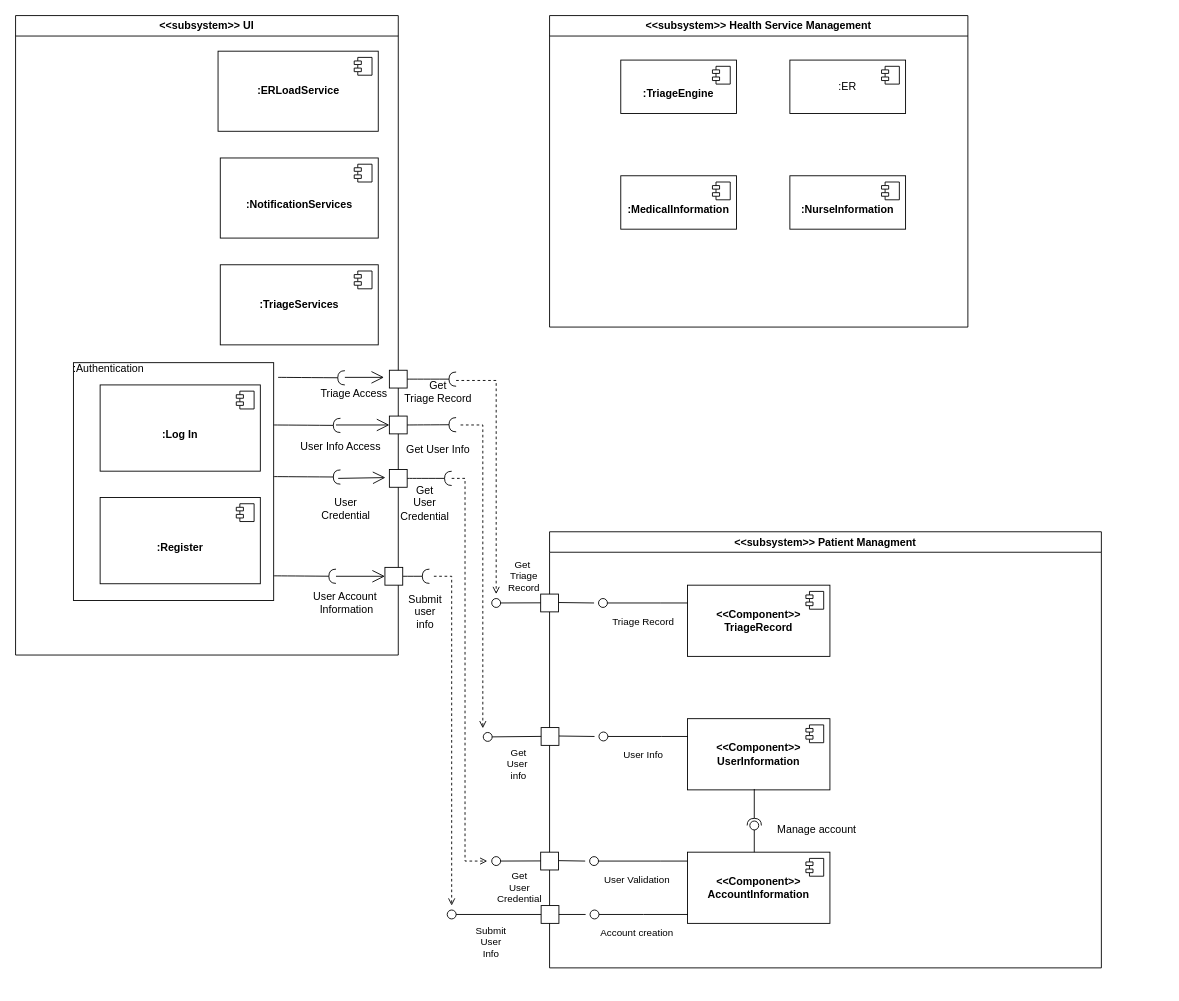
uvic-teach/project-m1-team8 keeps this draw.io diagram as Usecases/C&C_patient_management.drawio. Above is the earlier version. Source tidied: cells renumbered, new cells numbered last; positions are measured from the earlier drawing's top-left corner, leaving out a move shared by most shapes. Both pictures are drawn from the tidied source at 89%, with x=0, y=0 at pixel (15, 15).
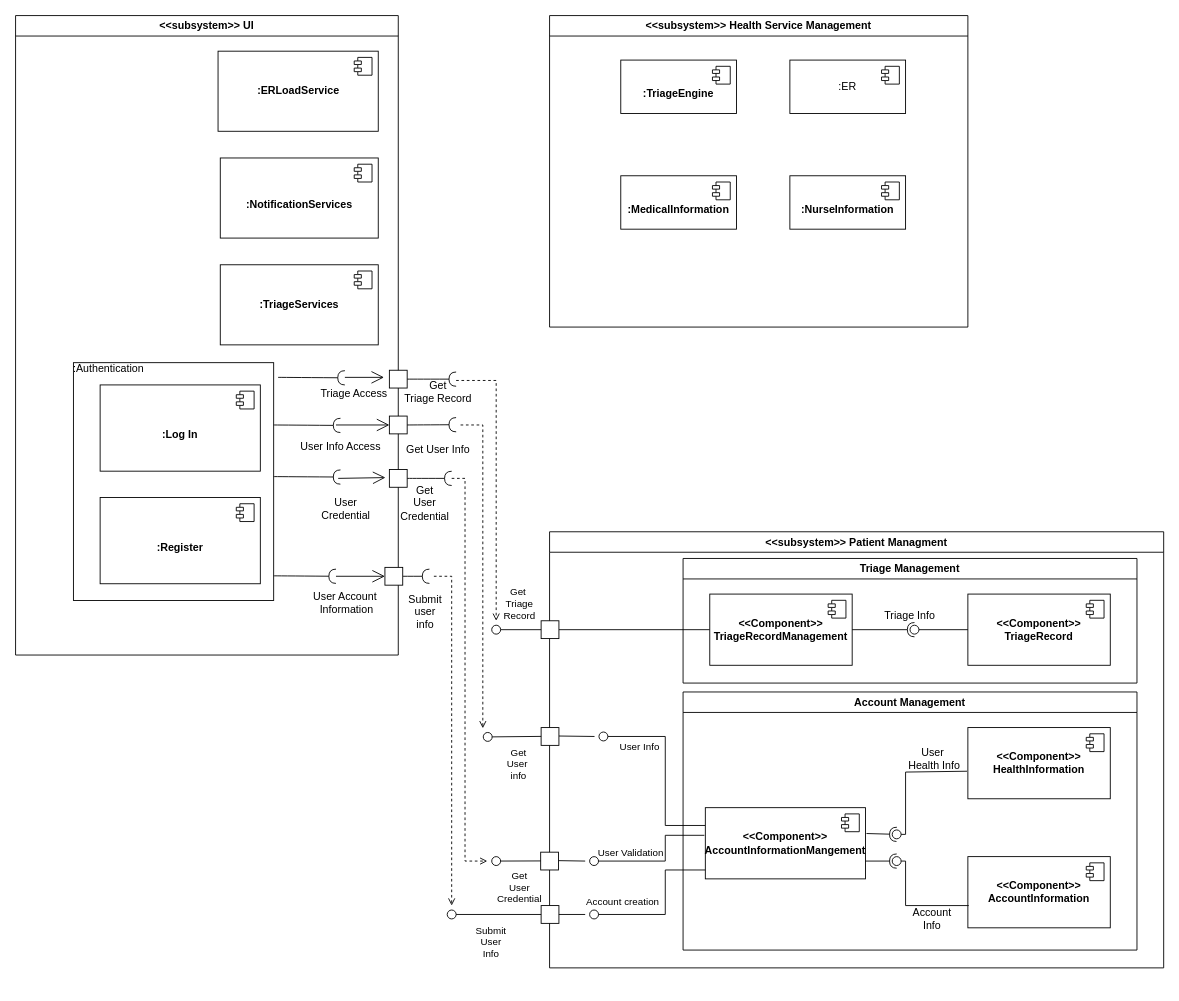
The same page after the edit.

The change refers to these unchanged cells:
```xml
<mxCell id="62" style="rounded=0;whiteSpace=wrap;html=1;" parent="44" vertex="1">
  <mxGeometry x="-9.5" y="420" width="20" height="20" as="geometry" />
</mxCell>
```

Change to the diagram source:
```diff
@@
     <mxCell id="44" value="&amp;lt;&amp;lt;subsystem&amp;gt;&amp;gt; Patient Managment" style="swimlane;whiteSpace=wrap;html=1;" parent="1" vertex="1">
-      <mxGeometry x="600" y="580" width="620" height="490" as="geometry" />
+      <mxGeometry x="600" y="580" width="690" height="490" as="geometry" />
     </mxCell>
@@
-    <mxCell id="46" value="&lt;b&gt;&amp;lt;&amp;lt;Component&amp;gt;&amp;gt;&lt;br&gt;UserInformation&lt;/b&gt;" style="html=1;whiteSpace=wrap;" parent="44" vertex="1">
-      <mxGeometry x="155" y="210" width="160" height="80" as="geometry" />
-    </mxCell>
-    <mxCell id="47" style="shape=module;jettyWidth=8;jettyHeight=4;" parent="46" vertex="1">
-      <mxGeometry x="1" width="20" height="20" relative="1" as="geometry">
-        <mxPoint x="-27" y="7" as="offset" />
-      </mxGeometry>
-    </mxCell>
-    <mxCell id="48" value="&lt;b&gt;&amp;lt;&amp;lt;Component&amp;gt;&amp;gt;&lt;br&gt;AccountInformation&lt;/b&gt;" style="html=1;whiteSpace=wrap;" parent="44" vertex="1">
-      <mxGeometry x="155" y="360" width="160" height="80" as="geometry" />
-    </mxCell>
-    <mxCell id="49" style="shape=module;jettyWidth=8;jettyHeight=4;" parent="48" vertex="1">
-      <mxGeometry x="1" width="20" height="20" relative="1" as="geometry">
-        <mxPoint x="-27" y="7" as="offset" />
-      </mxGeometry>
-    </mxCell>
-    <mxCell id="50" value="&lt;b&gt;&amp;lt;&amp;lt;Component&amp;gt;&amp;gt;&lt;br&gt;&lt;/b&gt;&lt;b&gt;TriageRecord&lt;/b&gt;" style="html=1;whiteSpace=wrap;" parent="44" vertex="1">
-      <mxGeometry x="155" y="60" width="160" height="80" as="geometry" />
-    </mxCell>
-    <mxCell id="51" style="shape=module;jettyWidth=8;jettyHeight=4;" parent="50" vertex="1">
-      <mxGeometry x="1" width="20" height="20" relative="1" as="geometry">
-        <mxPoint x="-27" y="7" as="offset" />
-      </mxGeometry>
-    </mxCell>
@@
-    <mxCell id="57" style="endArrow=oval;html=1;rounded=0;endFill=0;endSize=10;edgeStyle=elbowEdgeStyle;" parent="44" edge="1">
+    <mxCell id="57" style="endArrow=oval;html=1;rounded=0;endFill=0;endSize=10;edgeStyle=elbowEdgeStyle;exitX=-0.006;exitY=0.388;exitDx=0;exitDy=0;exitPerimeter=0;" parent="44" edge="1" source="102">
       <mxGeometry relative="1" as="geometry">
-        <mxPoint x="155" y="370" as="sourcePoint" />
         <mxPoint x="50" y="370" as="targetPoint" />
         <Array as="points">
-          <mxPoint x="125" y="370" />
+          <mxPoint x="130" y="360" />
         </Array>
       </mxGeometry>
     </mxCell>
     <mxCell id="58" value="User Validation" style="edgeLabel;html=1;align=center;verticalAlign=middle;" parent="57" vertex="1">
       <mxGeometry x="0.27" y="2" relative="1" as="geometry">
-        <mxPoint x="9" y="18" as="offset" />
+        <mxPoint x="-15" y="-12" as="offset" />
       </mxGeometry>
     </mxCell>
-    <mxCell id="59" style="rounded=0;orthogonalLoop=1;jettySize=auto;html=1;endArrow=oval;endFill=0;sketch=0;sourcePerimeterSpacing=0;targetPerimeterSpacing=0;endSize=10;" parent="44" edge="1">
-      <mxGeometry relative="1" as="geometry">
-        <mxPoint x="230" y="360" as="sourcePoint" />
-        <mxPoint x="230" y="330" as="targetPoint" />
-      </mxGeometry>
-    </mxCell>
-    <mxCell id="60" style="rounded=0;orthogonalLoop=1;jettySize=auto;html=1;endArrow=halfCircle;endFill=0;endSize=6;strokeWidth=1;sketch=0;" parent="44" edge="1">
-      <mxGeometry relative="1" as="geometry">
-        <mxPoint x="230" y="289" as="sourcePoint" />
-        <mxPoint x="230" y="330" as="targetPoint" />
-      </mxGeometry>
-    </mxCell>
-    <mxCell id="61" value="&lt;div&gt;Manage account&lt;br&gt;&lt;/div&gt;" style="text;html=1;align=center;verticalAlign=middle;strokeColor=none;fillColor=none;" parent="44" vertex="1">
-      <mxGeometry x="245" y="320" width="110" height="30" as="geometry" />
-    </mxCell>
@@
-    <mxCell id="63" style="endArrow=oval;html=1;rounded=0;endFill=0;endSize=10;edgeStyle=elbowEdgeStyle;exitX=0;exitY=0.5;exitDx=0;exitDy=0;" parent="44" edge="1">
+    <mxCell id="63" style="endArrow=oval;html=1;rounded=0;endFill=0;endSize=10;edgeStyle=elbowEdgeStyle;exitX=0;exitY=0.875;exitDx=0;exitDy=0;exitPerimeter=0;" parent="44" edge="1">
       <mxGeometry relative="1" as="geometry">
-        <mxPoint x="155.5" y="430" as="sourcePoint" />
-        <mxPoint x="50.5" y="430" as="targetPoint" />
+        <mxPoint x="185" y="380" as="sourcePoint" />
+        <mxPoint x="50" y="430" as="targetPoint" />
         <Array as="points">
-          <mxPoint x="105.5" y="430.5" />
+          <mxPoint x="130" y="410" />
         </Array>
       </mxGeometry>
     </mxCell>
     <mxCell id="64" value="Account creation" style="edgeLabel;html=1;align=center;verticalAlign=middle;" parent="63" vertex="1">
       <mxGeometry x="0.27" y="2" relative="1" as="geometry">
-        <mxPoint x="9" y="18" as="offset" />
+        <mxPoint x="-37" y="-17" as="offset" />
       </mxGeometry>
     </mxCell>
     <mxCell id="65" style="endArrow=none;html=1;rounded=0;exitX=1;exitY=0.5;exitDx=0;exitDy=0;" parent="44" edge="1" source="62">
       <mxGeometry relative="1" as="geometry">
-        <mxPoint x="40.5" y="430" as="targetPoint" />
+        <mxPoint x="40" y="430" as="targetPoint" />
       </mxGeometry>
     </mxCell>
@@
-    <mxCell id="68" style="endArrow=none;html=1;rounded=0;" parent="44" edge="1">
-      <mxGeometry relative="1" as="geometry">
-        <mxPoint x="10" y="79.5" as="sourcePoint" />
-        <mxPoint x="50" y="80" as="targetPoint" />
-      </mxGeometry>
+    <mxCell id="68" style="endArrow=none;html=1;rounded=0;exitX=1;exitY=0.5;exitDx=0;exitDy=0;entryX=0;entryY=0.5;entryDx=0;entryDy=0;" parent="44" edge="1" source="71" target="98">
+      <mxGeometry relative="1" as="geometry" />
     </mxCell>
-    <mxCell id="69" style="endArrow=oval;html=1;rounded=0;endFill=0;endSize=10;" parent="44" edge="1">
-      <mxGeometry relative="1" as="geometry">
-        <mxPoint y="79.8" as="sourcePoint" />
-        <mxPoint x="-60" y="80" as="targetPoint" />
-      </mxGeometry>
-    </mxCell>
-    <mxCell id="70" value="Get&amp;nbsp;&lt;br&gt;Triage&lt;br&gt;Record" style="edgeLabel;html=1;align=center;verticalAlign=middle;" parent="69" vertex="1">
-      <mxGeometry x="0.08" relative="1" as="geometry">
-        <mxPoint x="2" y="-30" as="offset" />
-      </mxGeometry>
-    </mxCell>
     <mxCell id="71" style="rounded=0;whiteSpace=wrap;html=1;" parent="44" vertex="1">
-      <mxGeometry x="-10" y="70" width="20" height="20" as="geometry" />
+      <mxGeometry x="-9.5" y="100" width="20" height="20" as="geometry" />
     </mxCell>
-    <mxCell id="72" style="endArrow=oval;html=1;rounded=0;endFill=0;endSize=10;edgeStyle=elbowEdgeStyle;" parent="44" edge="1">
-      <mxGeometry relative="1" as="geometry">
-        <mxPoint x="155" y="80" as="sourcePoint" />
-        <mxPoint x="60" y="80" as="targetPoint" />
-        <Array as="points">
-          <mxPoint x="125" y="80" />
-        </Array>
-      </mxGeometry>
-    </mxCell>
-    <mxCell id="73" value="Triage Record" style="edgeLabel;html=1;align=center;verticalAlign=middle;" parent="72" vertex="1">
-      <mxGeometry x="0.27" y="2" relative="1" as="geometry">
-        <mxPoint x="9" y="18" as="offset" />
-      </mxGeometry>
-    </mxCell>
@@
-    <mxCell id="78" style="endArrow=oval;html=1;rounded=0;endFill=0;endSize=10;edgeStyle=elbowEdgeStyle;" parent="44" edge="1">
+    <mxCell id="78" style="endArrow=oval;html=1;rounded=0;endFill=0;endSize=10;edgeStyle=elbowEdgeStyle;exitX=0;exitY=0.25;exitDx=0;exitDy=0;" parent="44" edge="1" source="102">
       <mxGeometry relative="1" as="geometry">
-        <mxPoint x="155.5" y="230" as="sourcePoint" />
         <mxPoint x="60.5" y="230" as="targetPoint" />
         <Array as="points">
-          <mxPoint x="125.5" y="230" />
+          <mxPoint x="130" y="280" />
         </Array>
       </mxGeometry>
     </mxCell>
     <mxCell id="79" value="User Info" style="edgeLabel;html=1;align=center;verticalAlign=middle;" parent="78" vertex="1">
       <mxGeometry x="0.27" y="2" relative="1" as="geometry">
-        <mxPoint x="9" y="18" as="offset" />
+        <mxPoint x="-28" y="2" as="offset" />
       </mxGeometry>
     </mxCell>
+    <mxCell id="97" value="Triage Management" style="swimlane;whiteSpace=wrap;html=1;" parent="44" vertex="1">
+      <mxGeometry x="150" y="30" width="510" height="140" as="geometry" />
+    </mxCell>
+    <mxCell id="98" value="&lt;b&gt;&amp;lt;&amp;lt;Component&amp;gt;&amp;gt;&lt;br&gt;&lt;/b&gt;&lt;b&gt;TriageRecordManagement&lt;/b&gt;" style="html=1;whiteSpace=wrap;" parent="97" vertex="1">
+      <mxGeometry x="30" y="40" width="160" height="80" as="geometry" />
+    </mxCell>
+    <mxCell id="99" style="shape=module;jettyWidth=8;jettyHeight=4;" parent="98" vertex="1">
+      <mxGeometry x="1" width="20" height="20" relative="1" as="geometry">
+        <mxPoint x="-27" y="7" as="offset" />
+      </mxGeometry>
+    </mxCell>
+    <mxCell id="50" value="&lt;b&gt;&amp;lt;&amp;lt;Component&amp;gt;&amp;gt;&lt;br&gt;&lt;/b&gt;&lt;b&gt;TriageRecord&lt;/b&gt;" style="html=1;whiteSpace=wrap;" parent="97" vertex="1">
+      <mxGeometry x="320" y="40" width="160" height="80" as="geometry" />
+    </mxCell>
+    <mxCell id="51" style="shape=module;jettyWidth=8;jettyHeight=4;" parent="50" vertex="1">
+      <mxGeometry x="1" width="20" height="20" relative="1" as="geometry">
+        <mxPoint x="-27" y="7" as="offset" />
+      </mxGeometry>
+    </mxCell>
+    <mxCell id="100" value="Triage Info" style="text;html=1;strokeColor=none;fillColor=none;align=center;verticalAlign=middle;whiteSpace=wrap;rounded=0;" parent="97" vertex="1">
+      <mxGeometry x="225" y="50" width="60" height="30" as="geometry" />
+    </mxCell>
+    <mxCell id="101" value="Account Management" style="swimlane;whiteSpace=wrap;html=1;" parent="44" vertex="1">
+      <mxGeometry x="150" y="180" width="510" height="290" as="geometry" />
+    </mxCell>
+    <mxCell id="46" value="&lt;b&gt;&amp;lt;&amp;lt;Component&amp;gt;&amp;gt;&lt;br&gt;HealthInformation&lt;/b&gt;" style="html=1;whiteSpace=wrap;" parent="101" vertex="1">
+      <mxGeometry x="320" y="40" width="160" height="80" as="geometry" />
+    </mxCell>
+    <mxCell id="47" style="shape=module;jettyWidth=8;jettyHeight=4;" parent="46" vertex="1">
+      <mxGeometry x="1" width="20" height="20" relative="1" as="geometry">
+        <mxPoint x="-27" y="7" as="offset" />
+      </mxGeometry>
+    </mxCell>
+    <mxCell id="102" value="&lt;b&gt;&amp;lt;&amp;lt;Component&amp;gt;&amp;gt;&lt;br&gt;AccountInformationMangement&lt;/b&gt;" style="html=1;whiteSpace=wrap;" parent="101" vertex="1">
+      <mxGeometry x="25" y="130" width="180" height="80" as="geometry" />
+    </mxCell>
+    <mxCell id="103" style="shape=module;jettyWidth=8;jettyHeight=4;" parent="102" vertex="1">
+      <mxGeometry x="1" width="20" height="20" relative="1" as="geometry">
+        <mxPoint x="-27" y="7" as="offset" />
+      </mxGeometry>
+    </mxCell>
+    <mxCell id="104" style="ellipse;whiteSpace=wrap;html=1;align=center;fillColor=none;strokeColor=none;perimeter=centerPerimeter;" parent="101" vertex="1">
+      <mxGeometry x="240" y="180" width="10" height="10" as="geometry" />
+    </mxCell>
+    <mxCell id="105" value="Account Info" style="text;html=1;strokeColor=none;fillColor=none;align=center;verticalAlign=middle;whiteSpace=wrap;rounded=0;" parent="101" vertex="1">
+      <mxGeometry x="250" y="240" width="60" height="30" as="geometry" />
+    </mxCell>
+    <mxCell id="48" value="&lt;b&gt;&amp;lt;&amp;lt;Component&amp;gt;&amp;gt;&lt;br&gt;AccountInformation&lt;/b&gt;" style="html=1;whiteSpace=wrap;" parent="101" vertex="1">
+      <mxGeometry x="320" y="185" width="160" height="80" as="geometry" />
+    </mxCell>
+    <mxCell id="49" style="shape=module;jettyWidth=8;jettyHeight=4;" parent="48" vertex="1">
+      <mxGeometry x="1" width="20" height="20" relative="1" as="geometry">
+        <mxPoint x="-27" y="7" as="offset" />
+      </mxGeometry>
+    </mxCell>
+    <mxCell id="106" style="rounded=0;jettySize=auto;html=1;endArrow=oval;endFill=0;sketch=0;sourcePerimeterSpacing=0;targetPerimeterSpacing=0;endSize=10;exitX=-0.006;exitY=0.613;exitDx=0;exitDy=0;exitPerimeter=0;" parent="101" edge="1" source="46">
+      <mxGeometry relative="1" as="geometry">
+        <mxPoint x="240" y="160" as="targetPoint" />
+        <Array as="points">
+          <mxPoint x="250" y="90" />
+          <mxPoint x="250" y="160" />
+        </Array>
+      </mxGeometry>
+    </mxCell>
+    <mxCell id="107" value="User&amp;nbsp;&lt;br&gt;Health Info" style="text;html=1;strokeColor=none;fillColor=none;align=center;verticalAlign=middle;whiteSpace=wrap;rounded=0;" parent="101" vertex="1">
+      <mxGeometry x="250" y="60" width="65" height="30" as="geometry" />
+    </mxCell>
+    <mxCell id="108" style="rounded=0;orthogonalLoop=1;jettySize=auto;html=1;endArrow=oval;endFill=0;sketch=0;sourcePerimeterSpacing=0;targetPerimeterSpacing=0;endSize=10;" parent="44" edge="1">
+      <mxGeometry relative="1" as="geometry">
+        <mxPoint x="471" y="420" as="sourcePoint" />
+        <mxPoint x="390" y="370" as="targetPoint" />
+        <Array as="points">
+          <mxPoint x="400" y="420" />
+          <mxPoint x="400" y="370" />
+        </Array>
+      </mxGeometry>
+    </mxCell>
@@
-    <mxCell id="87" style="ellipse;whiteSpace=wrap;html=1;align=center;fillColor=none;strokeColor=none;perimeter=centerPerimeter;" parent="1" vertex="1">
-      <mxGeometry x="840" y="900" width="10" height="10" as="geometry" />
-    </mxCell>
@@
     <mxCell id="90" style="endArrow=open;html=1;rounded=0;dashed=1;endFill=0;" parent="1" edge="1">
       <mxGeometry relative="1" as="geometry">
         <mxPoint x="495" y="410" as="sourcePoint" />
-        <mxPoint x="540" y="650" as="targetPoint" />
+        <mxPoint x="540" y="680" as="targetPoint" />
         <Array as="points">
           <mxPoint x="540" y="410" />
         </Array>
       </mxGeometry>
     </mxCell>
@@
+    <mxCell id="69" style="endArrow=oval;html=1;rounded=0;endFill=0;endSize=10;exitX=0;exitY=0.5;exitDx=0;exitDy=0;" parent="1" edge="1" source="71">
+      <mxGeometry relative="1" as="geometry">
+        <mxPoint x="540" y="690" as="targetPoint" />
+      </mxGeometry>
+    </mxCell>
+    <mxCell id="70" value="Get&amp;nbsp;&lt;br&gt;Triage&lt;br&gt;Record" style="edgeLabel;html=1;align=center;verticalAlign=middle;" parent="69" vertex="1">
+      <mxGeometry x="0.08" relative="1" as="geometry">
+        <mxPoint x="2" y="-30" as="offset" />
+      </mxGeometry>
+    </mxCell>
+    <mxCell id="109" style="ellipse;whiteSpace=wrap;html=1;align=center;fillColor=none;strokeColor=none;perimeter=centerPerimeter;" parent="1" vertex="1">
+      <mxGeometry x="895" y="1080" width="10" height="10" as="geometry" />
+    </mxCell>
+    <mxCell id="110" style="rounded=0;jettySize=auto;html=1;endArrow=halfCircle;endFill=0;endSize=6;strokeWidth=1;sketch=0;exitX=1;exitY=0.75;exitDx=0;exitDy=0;" parent="1" edge="1" source="102">
+      <mxGeometry relative="1" as="geometry">
+        <mxPoint x="990" y="950" as="targetPoint" />
+      </mxGeometry>
+    </mxCell>
+    <mxCell id="111" style="rounded=0;jettySize=auto;html=1;endArrow=halfCircle;endFill=0;endSize=6;strokeWidth=1;sketch=0;exitX=1.006;exitY=0.363;exitDx=0;exitDy=0;exitPerimeter=0;" parent="1" edge="1" source="102">
+      <mxGeometry relative="1" as="geometry">
+        <mxPoint x="990" y="920" as="targetPoint" />
+      </mxGeometry>
+    </mxCell>
+    <mxCell id="112" style="ellipse;whiteSpace=wrap;html=1;align=center;fillColor=none;strokeColor=none;perimeter=centerPerimeter;" parent="1" vertex="1">
+      <mxGeometry x="895" y="930" width="10" height="10" as="geometry" />
+    </mxCell>
+    <mxCell id="113" style="rounded=0;jettySize=auto;html=1;endArrow=halfCircle;endFill=0;endSize=6;strokeWidth=1;sketch=0;exitX=1;exitY=0.5;exitDx=0;exitDy=0;" parent="1" edge="1" source="98">
+      <mxGeometry relative="1" as="geometry">
+        <mxPoint x="1010" y="690" as="targetPoint" />
+      </mxGeometry>
+    </mxCell>
+    <mxCell id="114" style="rounded=0;jettySize=auto;html=1;endArrow=oval;endFill=0;sketch=0;sourcePerimeterSpacing=0;targetPerimeterSpacing=0;endSize=10;exitX=0;exitY=0.5;exitDx=0;exitDy=0;" parent="1" edge="1" source="50">
+      <mxGeometry relative="1" as="geometry">
+        <mxPoint x="1010" y="690" as="targetPoint" />
+      </mxGeometry>
+    </mxCell>
+    <mxCell id="115" style="ellipse;whiteSpace=wrap;html=1;align=center;fillColor=none;strokeColor=none;perimeter=centerPerimeter;" parent="1" vertex="1">
+      <mxGeometry x="895" y="750" width="10" height="10" as="geometry" />
+    </mxCell>
```
